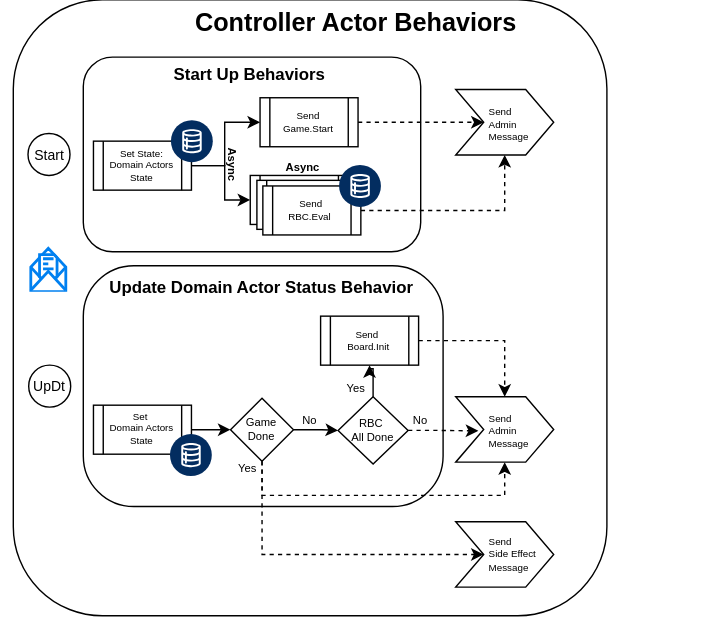
The draw.io diagram docs/diagrams/ControllerActor.svg in sunlao/py_sudoku_solver, before a commit. Source tidied: cells renumbered, new cells last; positions are measured from the earlier drawing's top-left corner, leaving out a move shared by most shapes.
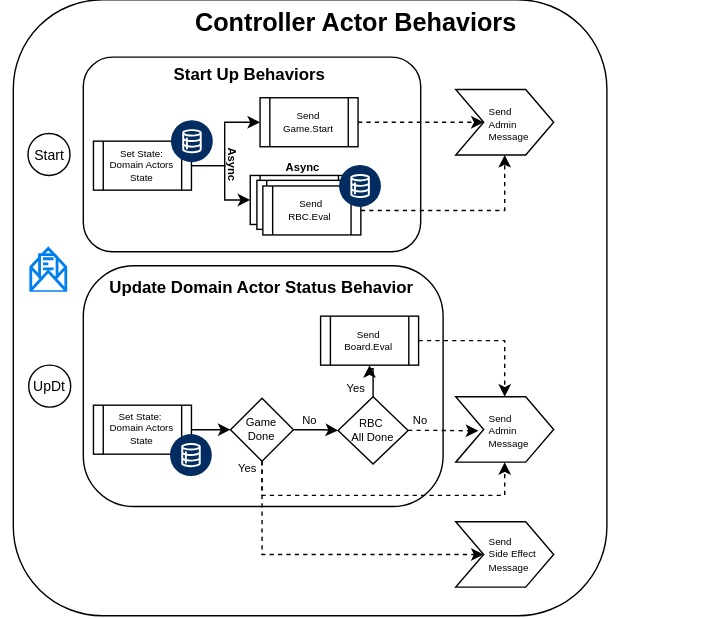
Later version of the same file.

The edit, as a diff of the source:
```diff
@@ -57,7 +57,7 @@
     <mxCell id="16" style="edgeStyle=orthogonalEdgeStyle;rounded=0;jettySize=auto;html=1;entryX=0;entryY=0.5;entryDx=0;entryDy=0;" parent="1" edge="1" source="17" target="27">
       <mxGeometry relative="1" as="geometry" />
     </mxCell>
-    <mxCell id="17" value="Set&amp;nbsp;&lt;div&gt;Domain Actors State&lt;/div&gt;" style="shape=process;whiteSpace=wrap;html=1;backgroundOutline=1;fontSize=7;" parent="1" vertex="1">
+    <mxCell id="17" value="Set State:&amp;nbsp;&lt;div&gt;Domain Actors State&lt;/div&gt;" style="shape=process;whiteSpace=wrap;html=1;backgroundOutline=1;fontSize=7;" parent="1" vertex="1">
       <mxGeometry x="67.2" y="289.6" width="70" height="35" as="geometry" />
     </mxCell>
     <mxCell id="18" style="verticalLabelPosition=bottom;html=1;shape=mxgraph.salesforce.data2;fillColorStyles=fillColor2,fillColor3;fillColor2=#032d60;fillColor3=#ffffff;fillColor=none;strokeColor=none;" parent="1" vertex="1">
@@ -69,7 +69,7 @@
     <mxCell id="20" style="edgeStyle=orthogonalEdgeStyle;rounded=0;jettySize=auto;html=1;entryX=0.5;entryY=0;entryDx=0;entryDy=0;dashed=1;" parent="1" edge="1" source="21" target="33">
       <mxGeometry relative="1" as="geometry" />
     </mxCell>
-    <mxCell id="21" value="Send&amp;nbsp;&lt;div&gt;Board.Init&lt;/div&gt;" style="shape=process;whiteSpace=wrap;html=1;backgroundOutline=1;fontSize=7;" parent="1" vertex="1">
+    <mxCell id="21" value="Send&lt;br&gt;Board.Eval" style="shape=process;whiteSpace=wrap;html=1;backgroundOutline=1;fontSize=7;" parent="1" vertex="1">
       <mxGeometry x="229.5" y="226" width="70" height="35" as="geometry" />
     </mxCell>
     <mxCell id="22" value="Async" style="text;html=1;whiteSpace=wrap;strokeColor=none;fillColor=none;align=center;verticalAlign=middle;rounded=0;fontSize=8;fontStyle=1;" parent="1" vertex="1">
```
